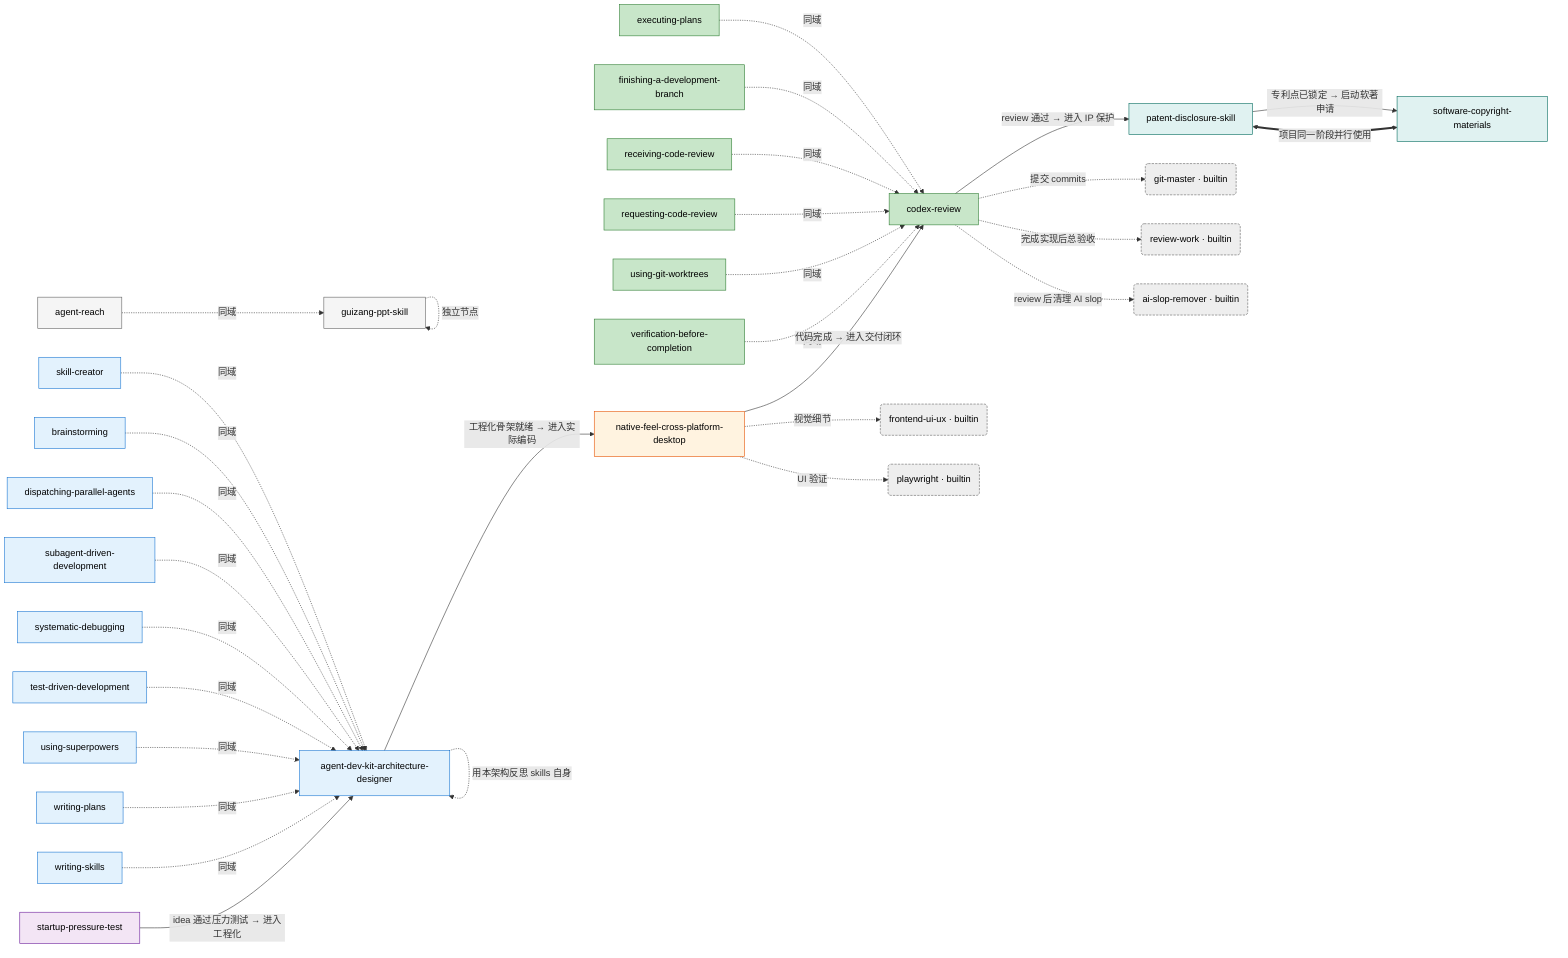
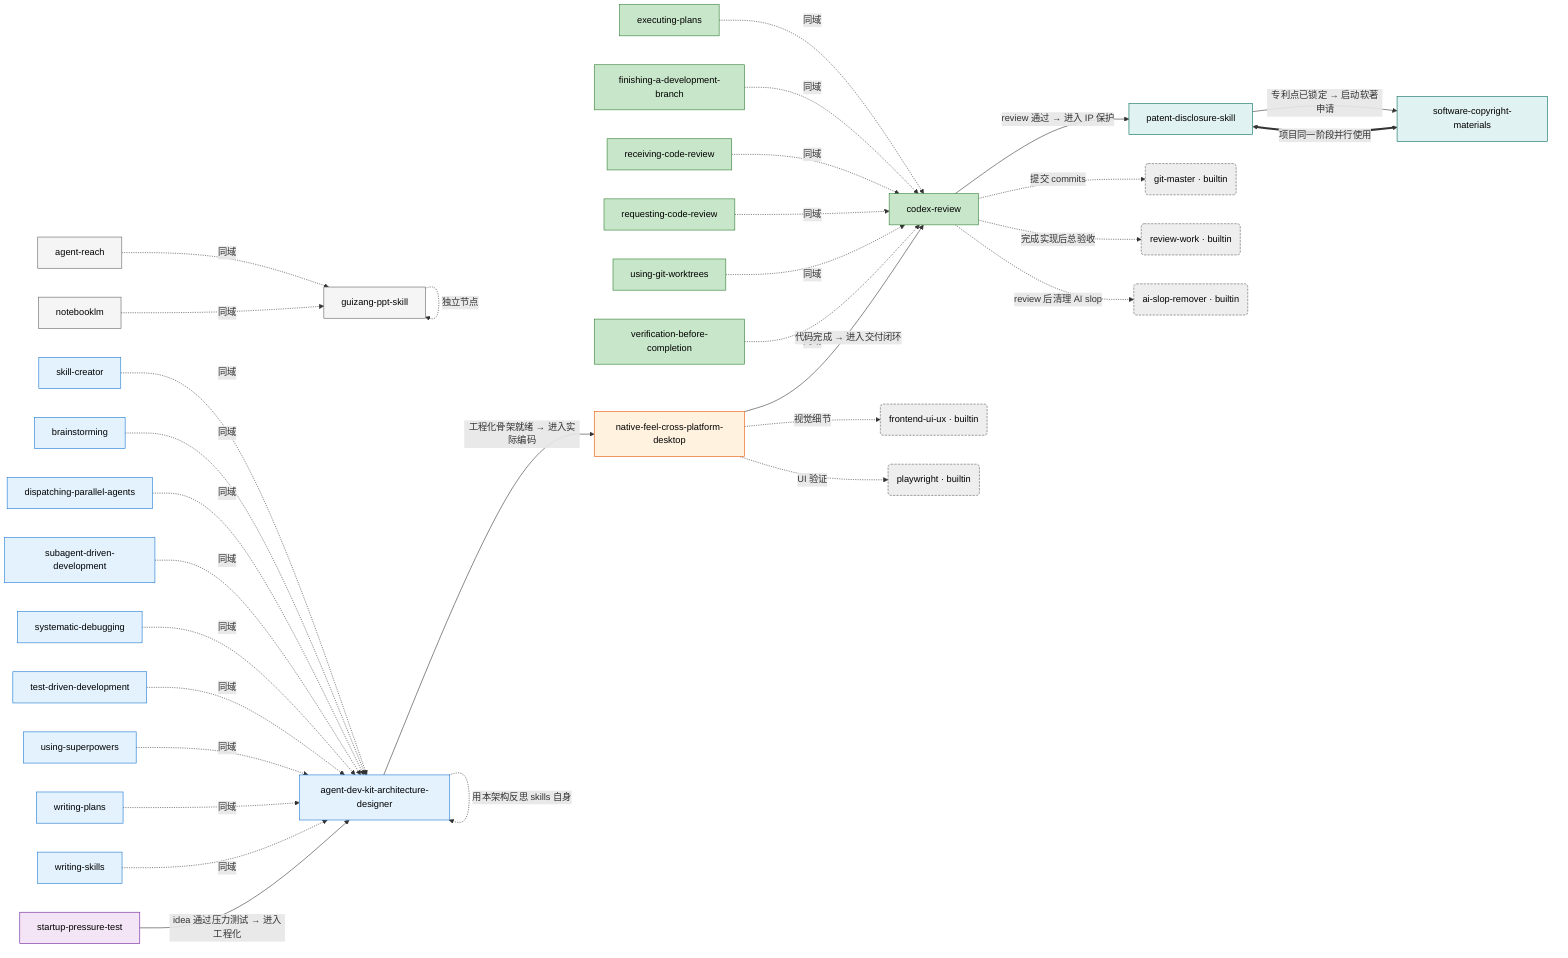
flowchart LR
    %% Class definitions for color coding
    classDef metaDomain fill:#e3f2fd,stroke:#1976d2,color:#000
    classDef closeoutDomain fill:#c8e6c9,stroke:#2e7d32,color:#000
    classDef desktopDomain fill:#fff3e0,stroke:#e65100,color:#000
    classDef founderDomain fill:#f3e5f5,stroke:#6a1b9a,color:#000
    classDef ipDomain fill:#e0f2f1,stroke:#00695c,color:#000
    classDef builtin fill:#eeeeee,stroke:#616161,color:#000,stroke-dasharray: 4 2
    classDef toolingDomain fill:#f5f5f5,stroke:#616161,color:#000

    %% Domain 1 - Meta
    ADK[agent-dev-kit-architecture-designer]:::metaDomain
    SC[skill-creator]:::metaDomain
    B[brainstorming]:::metaDomain
    DPA[dispatching-parallel-agents]:::metaDomain
    SDD[subagent-driven-development]:::metaDomain
    SD[systematic-debugging]:::metaDomain
    TDD[test-driven-development]:::metaDomain
    US[using-superpowers]:::metaDomain
    WP[writing-plans]:::metaDomain
    WS[writing-skills]:::metaDomain

    %% Domain 2 - Closeout
    CR[codex-review]:::closeoutDomain
    EP[executing-plans]:::closeoutDomain
    FADB[finishing-a-development-branch]:::closeoutDomain
    RCR[receiving-code-review]:::closeoutDomain
    RCR2[requesting-code-review]:::closeoutDomain
    UGW[using-git-worktrees]:::closeoutDomain
    VBC[verification-before-completion]:::closeoutDomain

    %% Domain 3 - Desktop
    NF[native-feel-cross-platform-desktop]:::desktopDomain

    %% Domain 4 - Founder
    SPT[startup-pressure-test]:::founderDomain

    %% Domain 5 - IP
    PAT[patent-disclosure-skill]:::ipDomain
    SCS[software-copyright-materials]:::ipDomain

    %% Tooling domain

    GPS[guizang-ppt-skill]:::toolingDomain

    %% Tooling domain

    AR[agent-reach]:::toolingDomain

+     %% Tooling domain
+ 
+     N[notebooklm]:::toolingDomain
+ 
    %% Domain 6 - Builtin (referenced for context)
    GM(git-master · builtin):::builtin
    RW(review-work · builtin):::builtin
    ASR(ai-slop-remover · builtin):::builtin
    FE(frontend-ui-ux · builtin):::builtin
    PW(playwright · builtin):::builtin
    GPS -. "独立节点" .-> GPS
    SC -. "同域" .-> ADK
    AR -. "同域" .-> GPS
    B -. "同域" .-> ADK
    DPA -. "同域" .-> ADK
    EP -. "同域" .-> CR
    FADB -. "同域" .-> CR
    RCR -. "同域" .-> CR
    RCR2 -. "同域" .-> CR
    SDD -. "同域" .-> ADK
    SD -. "同域" .-> ADK
    TDD -. "同域" .-> ADK
    UGW -. "同域" .-> CR
    US -. "同域" .-> ADK
    VBC -. "同域" .-> CR
    WP -. "同域" .-> ADK
    WS -. "同域" .-> ADK
+     N -. "同域" .-> GPS

    %% --- Lifecycle flows ---

    %% Founder lifecycle: idea -> meta-design -> code -> review -> ship -> IP
    SPT -- "idea 通过压力测试 → 进入工程化" --> ADK
    ADK -- "工程化骨架就绪 → 进入实际编码" --> NF
    NF -- "代码完成 → 进入交付闭环" --> CR
    CR -- "review 通过 → 进入 IP 保护" --> PAT
    PAT -- "专利点已锁定 → 启动软著申请" --> SCS

    %% --- Cross-domain reinforcements ---

    %% Desktop work strongly benefits from playwright (UI verification) + frontend-ui-ux
    NF -. "UI 验证" .-> PW
    NF -. "视觉细节" .-> FE

    %% Closeout chains
    CR -. "提交 commits" .-> GM
    CR -. "review 后清理 AI slop" .-> ASR
    CR -. "完成实现后总验收" .-> RW

    %% Meta-engineering applies recursively
    ADK -. "用本架构反思 skills 自身" .-> ADK

    %% IP duo internal coupling
    PAT <==> |"项目同一阶段并行使用"| SCS
